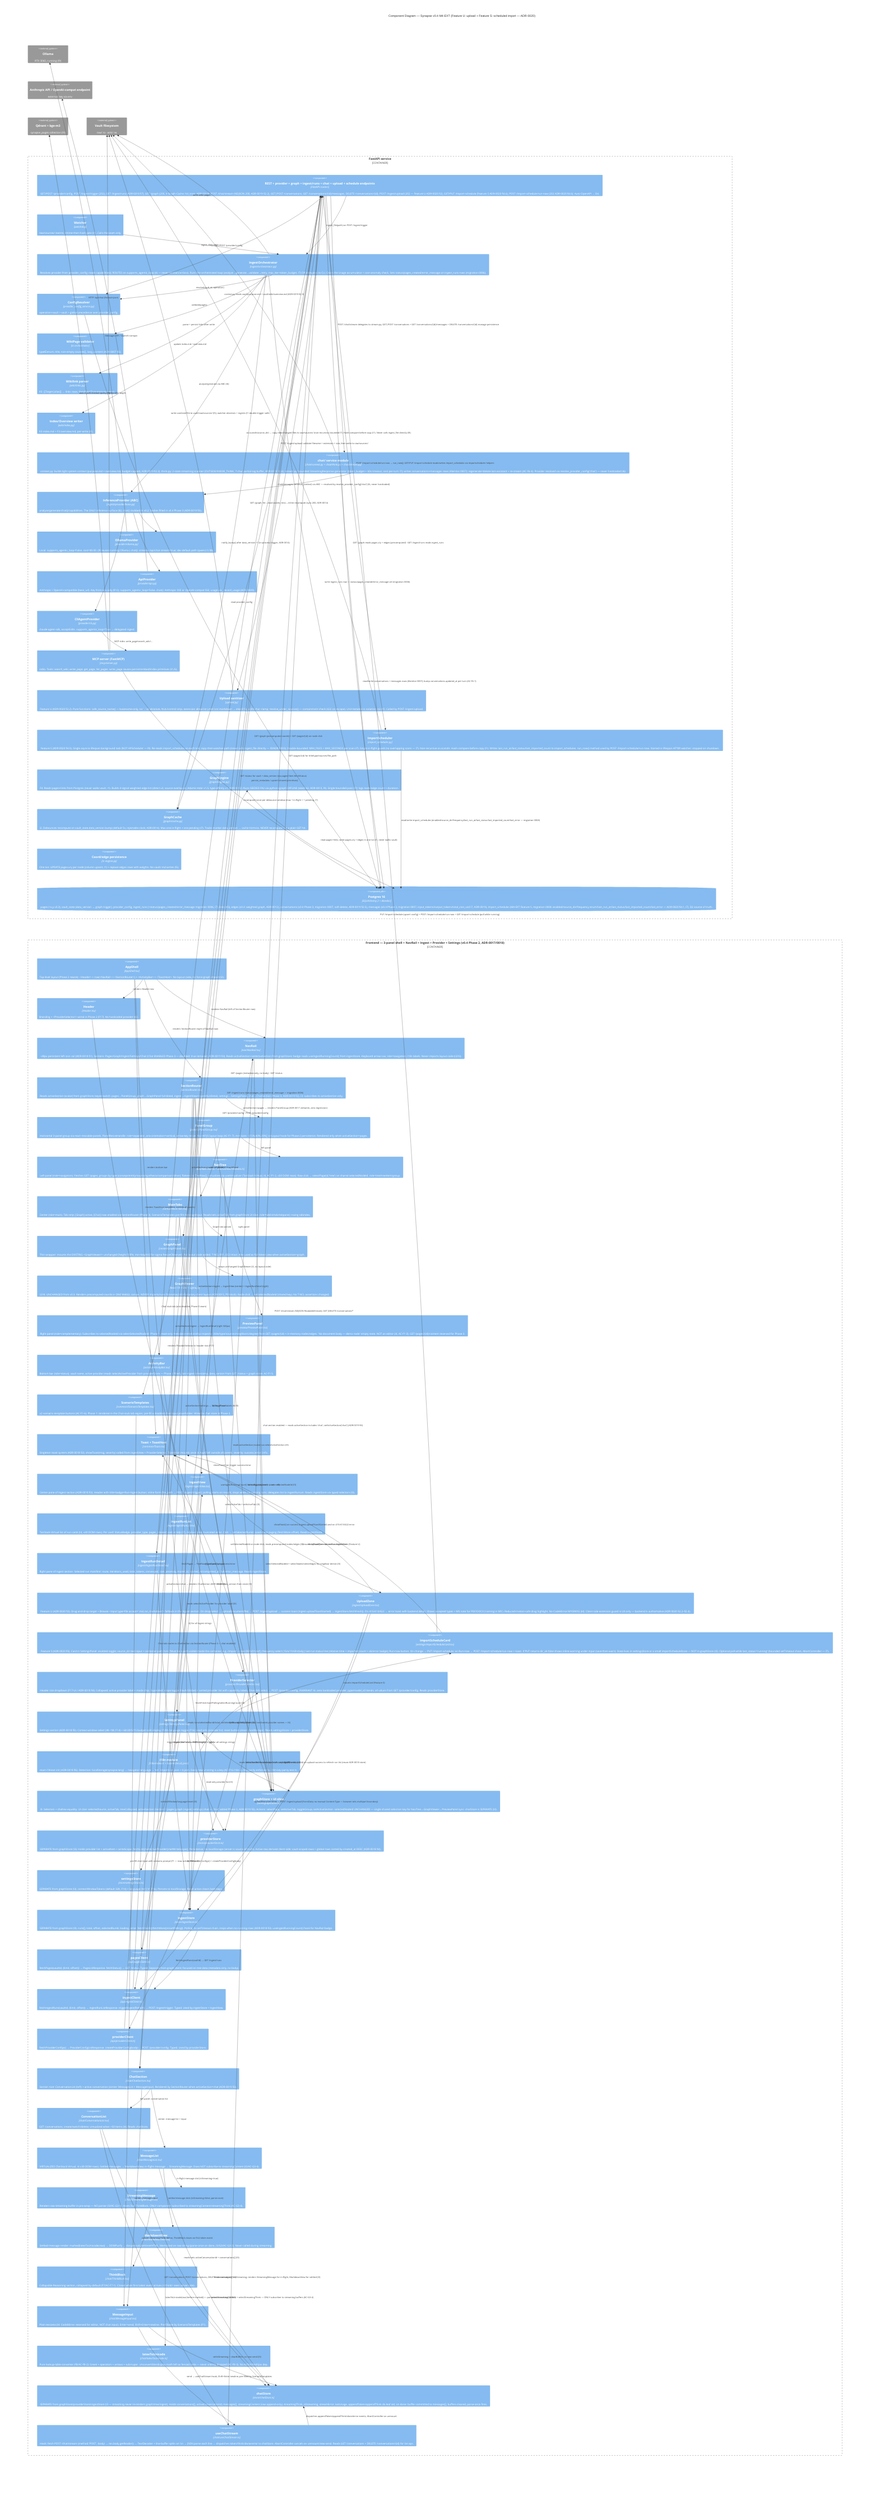
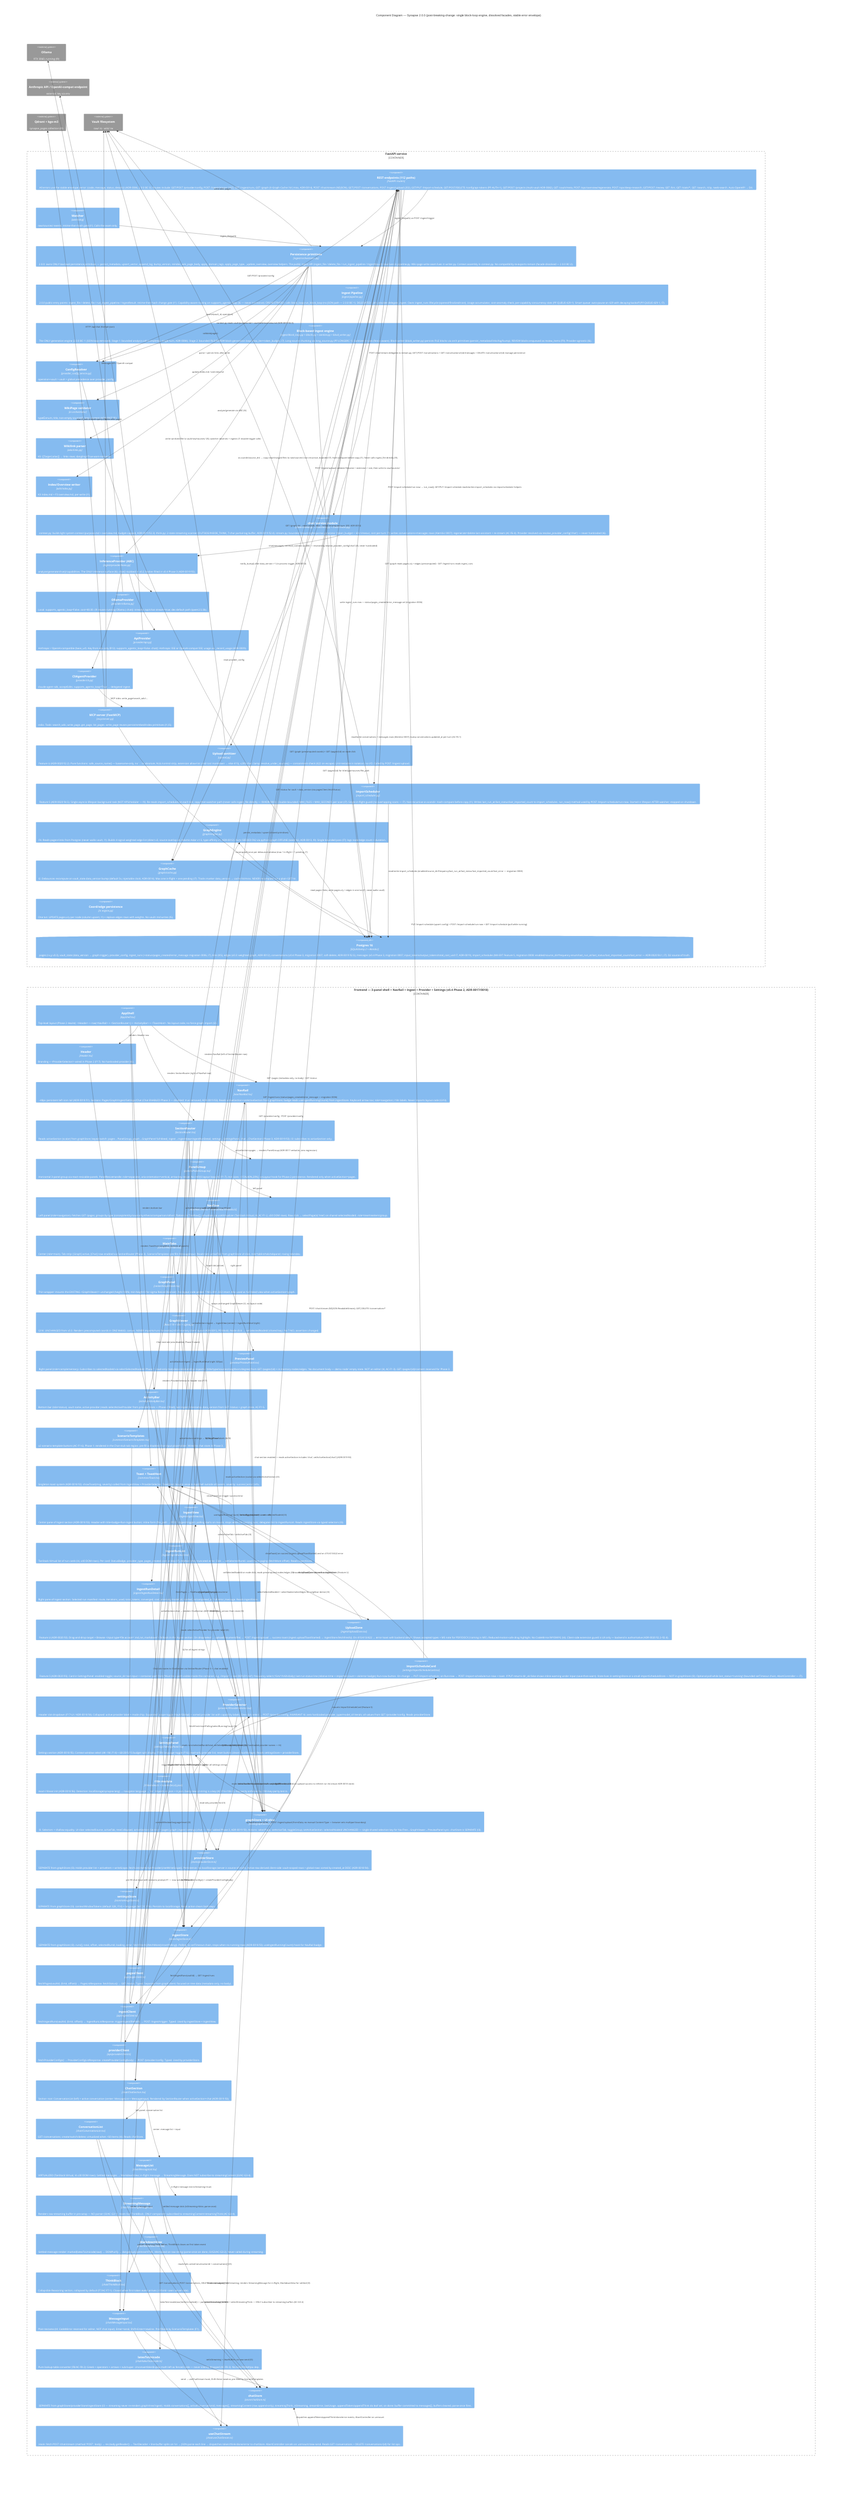
C4Component
-     %% <!-- Generated: v0.4 sprint 4 M4-EXT | 2026-06-28 -->
-     %% v0.3: F4 graph engine + I2 cache + GET /graph + thin sigma viewer (ADR-0013/14/15/16).
-     %% v0.4 Phase 1: F1 three-panel shell (ADR-0017). AppShell wraps all panels; GraphPanel
-     %% wraps the UNCHANGED GraphViewer (T-NCL-001..022 intact, I2); NavTree + PreviewPanel
-     %% share the single selectedNodeId key via graphStore UI slice (I3); all long lists
-     %% virtualized (TanStack Virtual, I4); no client-side layout code added (I2).
-     %% v0.4 Phase 2 (ADR-0018): NavRail top-level mode switcher + SectionRouter; IngestView
-     %% + IngestRunList + IngestRunDetail (GET /ingest/runs + POST /ingest/trigger);
-     %% ProviderSelector (F17-UI); SettingsPanel (F14+F16); Toast; i18n module;
-     %% providerStore + settingsStore + ingestStore (separate from graphStore — I3).
-     %% Backend: migration 0006 adds status/pages_created/error_message to ingest_runs.
-     %% v0.4 Phase 3 (ADR-0019): Chat section enabled. Backend: chat/ module (context.py +
-     %% think.py + stream.py); POST /chat/stream (NDJSON StreamingResponse); GET|POST
-     %% /conversations + GET /conversations/{id}/messages + DELETE /conversations/{id};
-     %% Alembic 0007 adds conversations+messages tables (I7 per-message cost cols). OllamaProvider
-     %% and ApiProvider chat() bodies implemented (OllamaProvider is the live dev path).
-     %% CliAgentProvider.chat() remains NotImplementedError (documented, not faked — ADR-0019 §5).
-     %% Frontend: ChatSection (SectionRouter activeSection=chat), ConversationList, MessageList
-     %% (TanStack Virtual ≤30 DOM I4), StreamingMessage (raw pre-wrap NO parser I3),
-     %% MarkdownView (parse-once on done — I3/G3), ThinkBlock (collapsed F7), MessageInput
-     %% (plain textarea I4), latexToUnicode (F8), chatStore (SEPARATE from graphStore — I3),
-     %% useChatStream hook (fetch POST /chat/stream NDJSON ReadableStream). NavRail chat item
-     %% ENABLED; Section type gains "chat"; graphStore.activeSection can now = "chat".
-     %% v0.4 M4-EXT (ADR-0020): Feature U + Feature S. Backend: POST /ingest/upload (multipart,
-     %% 202, basename-only sanitizer, text/markdown only v0.4, 413/415/422 gates — upload.py);
-     %% import_schedules table (Alembic 0008: enabled/source_dir/frequency/last_run_at/
-     %% last_status/last_imported_count/last_error); ImportScheduler (asyncio lifespan task,
-     %% NOT APScheduler — I9; single in-flight, MAX_FILES+MAX_SECONDS — I7; copy→watcher ingest
-     %% — I1/I9); GET/PUT /import-schedule + POST /import-schedule/run-now.
-     %% Frontend: UploadZone in IngestView (drag-drop + browse; 415/413/422 toasts; run-list
-     %% refresh); ImportScheduleCard in SettingsPanel (enabled toggle, source_dir container-path
-     %% input + dir_ok warning, frequency select, last-run status, Run-now button). i18n en/it
-     %% parity (ingest.upload* + settings.import.* namespaces).
-     title Component Diagram — Synapse v0.4 M4-EXT (Feature U: upload + Feature S: scheduled import — ADR-0020)
+     %% <!-- Generated: v2.0.0 docs/2.0.0-veritieri | 2026-07-17 -->
+     %% 2.0.0 BREAKING CHANGES (all three landed before this gate):
+     %%   1. Legacy JSON ingest pipeline REMOVED. The legacy loop module is deleted.
+     %%      ingest_pipeline_format config key removed. Only the block-based pipeline
+     %%      (block_loop.py) exists. The ingest-blocks.mmd sequence diagram reflects this.
+     %%   2. orchestrator.py / app.main compatibility facades DISSOLVED. orchestrator.py
+     %%      now owns ONLY persistence primitives (persist_metadata / upsert_vector /
+     %%      bump_version / append_log / reindex_wiki_page_body / apply_domain_tags /
+     %%      apply_page_type / _update_overview). The public ingest API (ingest_file /
+     %%      delete_file / run_ingest_pipeline / IngestResult) lives in pipeline.py;
+     %%      write_wiki_page lives in writer.py; context assembly in context.py.
+     %%      Importers pull from those modules directly — no re-export facade in orchestrator.py.
+     %%   3. Stable JSON error envelope (ADR-0086): ALL HTTP errors emit
+     %%      {"error": {"code": "<snake>", "message": "...", "status": <N>, "details": null}}
+     %%      via three registered FastAPI exception handlers (SynapseError / RequestValidationError /
+     %%      HTTPException). The legacy {"detail": ...} wire shape is gone. frontend providerClient
+     %%      formatDetail() helper removed.
+     %%
+     %% History carried forward from v0.4 and v0.5:
+     %%   v0.3: F4 graph engine + I2 cache + GET /graph + sigma viewer (ADR-0013/14/15/16).
+     %%   v0.4 Phase 1-3: 3-panel shell + NavRail + chat (ADR-0017/0018/0019/0020).
+     %%   v0.5+: Deep Research / Review Queue / Multi-format / Cascade Delete / MCP expansion /
+     %%          Lint parity / Web-search toggle / Multi-vault (ADR-0022..0086).
+     %%   v1.7.0-1.9.4: Block-based pipeline active as default (ADR-0076); overview regen on
+     %%          queue-drain via complete() (ADR-0078/0084); per-capability concurrency (PF-QUEUE);
+     %%          scoped API tokens + api_tokens table (PF-AUTH-1); gloss catalogue (PF-INDEX-GLOSS-1).
+     title Component Diagram — Synapse 2.0.0 (post-breaking-change: single block-loop engine, dissolved facades, stable error envelope)

    Container_Boundary(api, "FastAPI service") {
-         Component(rest, "REST + provider + graph + ingest/runs + chat + upload + schedule endpoints", "FastAPI routers", "GET/POST /provider/config, POST /ingest/trigger (202), GET /ingest/runs (ADR-0018 §7), GET /graph (200, X-Graph-Cache: hit|miss, ADR-0014), POST /chat/stream (NDJSON 200, ADR-0019 §2.2), GET|POST /conversations, GET /conversations/{id}/messages, DELETE /conversations/{id}, POST /ingest/upload (202 — Feature U ADR-0020 §2), GET/PUT /import-schedule (Feature S ADR-0020 §4.6), POST /import-schedule/run-now (202 ADR-0020 §4.6). Auto OpenAPI → D4.")
+         Component(rest, "REST endpoints (112 paths)", "FastAPI routers", "All errors use the stable envelope {error: {code, message, status, details}} (ADR-0086, 2.0.0 BC-3). Routes include: GET/POST /provider/config, POST /ingest/trigger (202), GET /ingest/runs, GET /graph (X-Graph-Cache: hit|miss, ADR-0014), POST /chat/stream (NDJSON), GET|POST /conversations, POST /ingest/upload (202), GET/PUT /import-schedule, GET/POST/DELETE /config/api-tokens (PF-AUTH-1), GET/POST /projects (multi-vault ADR-0082), GET /vault/meta, POST /ops/overview/regenerate, POST /ops/deep-research, GET/POST /review, GET /lint, GET /stats/*, GET /search, /clip, /web-search. Auto OpenAPI → D4.")
        Component(watcher, "Watcher", "watchdog", "raw/sources/ events; mtime-then-hash gate (I1). Calls the seam only.")
-         Component(orch, "IngestOrchestrator", "ingest/orchestrator.py", "Resolves provider from provider_config; reads capabilities(); ROUTES on supports_agentic_loop (I6 — never isinstance/class). Runs the orchestrated loop (analyze→generate→validate→retry, max_iter+token_budget, I7) OR delegates to CLI. Owns the Usage accumulator + cost-anomaly check. Sets status/pages_created/error_message on ingest_runs rows (migration 0006).")
+         Component(orch, "Persistence primitives", "ingest/orchestrator.py", "2.0.0: owns ONLY low-level persistence primitives — persist_metadata, upsert_vector, append_log, bump_version, reindex_wiki_page_body, apply_domain_tags, apply_page_type, _update_overview, overview helpers. The public ingest API (ingest_file / delete_file / run_ingest_pipeline / IngestResult) now lives in pipeline.py. Wiki-page write seam lives in writer.py. Context assembly in context.py. No compatibility re-exports remain (facade dissolved — 2.0.0 BC-2).")
+         Component(pipelinemod, "Ingest Pipeline", "ingest/pipeline.py", "2.0.0 public entry points: ingest_file / delete_file / run_ingest_pipeline / IngestResult. mtime-then-hash change gate (I1). Capability-aware routing on supports_agentic_loop (I6 — never isinstance). ORCHESTRATED: calls block_loop.run_block_loop (no JSON path — 2.0.0 BC-1). DELEGATED: calls provider.delegate_ingest. Owns ingest_runs lifecycle (opened/finalized/cost), Usage accumulator, cost-anomaly check, per-capability concurrency slots (PF-QUEUE-429-1). Smart queue: auto-pause on 429 with decaying backoff (PF-QUEUE-429-1, I7).")
+         Component(blockloopcomp, "Block-based ingest engine", "ingest/block_loop.py + blocks.py + sanitize.py + block_writer.py", "The ONLY generation engine (2.0.0 BC-1: JSON loop removed). Stage 1: bounded analysis call (complete(), single-turn, ADR-0084). Stage 2: bounded FILE/REVIEW block-generation loop (max_iter+token_budget, I7). Long-source chunking via long_source.py (PF-LONGSRC-1). Sanitizes 4 rules (fence-aware). Block writer (block_writer.py) persists FILE blocks via orch primitives (persist_metadata/links/log/bump). REVIEW blocks enqueued as review_items (F9). Provider-agnostic (I6).")
        Component(resolver, "ConfigResolver", "provider_config_service.py", "operation+vault > vault > global precedence over provider_config.")
        Component(validator, "WikiPage validator", "in orchestrator", "type∈enum, title, non-empty sources[], lang, content (ADR-0007 §5).")
        Component(k5, "Wikilink parser", "wiki/links.py", "K5: [[Target|alias]] → links rows; dangling=True warn-not-error.")
        Component(k3, "Index/Overview writer", "wiki/index.py", "K3 index.md + F3 overview.md, per-write (I1).")
        Component(chatmod, "chat/ service module", "chat/context.py + chat/think.py + chat/stream.py", "context.py: builds light system context (purpose.md + overview.md, budget-capped, ADR-0019 §2.3). think.py: 2-state streaming scanner (OUTSIDE/INSIDE_THINK, 7-char partial-tag buffer, ADR-0019 §2.4). stream.py: bounded StreamingResponse generator (token_budget + 60s timeout, cost per-turn I7); writes conversations+messages rows (Alembic 0007); regenerate=delete-last-assistant + re-stream (AC-F6-4). Provider resolved via resolve_provider_config('chat') — never hardcoded (I6).")
        Component(prov, "InferenceProvider (ABC)", "ingest/provider/base.py", "analyze/generate/chat()/capabilities. The ONLY inference surface (I6). chat() stubbed in v0.2; bodies filled in v0.4 Phase 3 (ADR-0019 §5).")
        Component(ollama, "OllamaProvider", "provider/ollama.py", "Local. supports_agentic_loop=False. cost=$0.00. (I9 reuses running Ollama.) chat(): streams /api/chat stream=true; dev default path (qwen2.5:3b).")
        Component(apip, "ApiProvider", "provider/api.py", "Anthropic / OpenAI-compatible (base_url). Key from env only (§12). supports_agentic_loop=False. chat(): Anthropic SSE or OpenAI-compat SSE; usage via _record_usage (ADR-0009).")
        Component(clip, "CliAgentProvider", "provider/cli.py", "claude-agent-sdk, acceptEdits. supports_agentic_loop=True → delegated ingest.")
        Component(mcp, "MCP server (FastMCP)", "mcp/server.py", "stdio. Tools: search_wiki, write_page, get_page, list_pages. write_page reuses persist/embed/index primitives (I1,I5).")
        Component(uploadsanitizer, "Upload sanitizer", "upload.py", "Feature U (ADR-0020 §2.2). Pure functions: safe_source_name() — basename-only, no '..' or absolute, NUL/control strip, extension allow-list (.md/.txt/.markdown → else 415), ≤200-char clamp; resolve_under_sources() — containment-check (422 on escape). Unit-testable in isolation; no I/O. Called by POST /ingest/upload.")
        Component(importscheduler, "ImportScheduler", "import_scheduler.py", "Feature S (ADR-0020 §4.5). Single asyncio lifespan background task (NOT APScheduler — I9). Re-reads import_schedules on each tick; copy-then-watcher path (never calls ingest_file directly — I9/ADR-0003). Double-bounded: MAX_FILES + MAX_SECONDS per scan (I7). Single in-flight guard (no overlapping scans — I7). Non-recursive os.scandir. Hash-compare before copy (I1). Writes last_run_at/last_status/last_imported_count to import_schedules. run_now() method used by POST /import-schedule/run-now. Started in lifespan AFTER watcher; stopped on shutdown.")
        Component(gengine, "GraphEngine", "graph/engine.py", "F4. Reads pages+links from Postgres (never walks vault, I1). Builds 4-signal weighted edge list (direct x3, source-overlap x4, Adamic-Adar x1.5, type-affinity x1; ADR-0012). Runs SEEDED FA2 via python-igraph OFFLINE (seed=42, ADR-0013, I9). Single bounded pass (I7); logs node/edge count + duration.")
        Component(gcache, "GraphCache", "graph/cache.py", "I2. Debounces recompute on vault_state.data_version bump (default 5s, injectable clock; ADR-0014). Max one in-flight + one pending (I7). Tracks marker data_version → cache hit/miss. NEVER recomputes on a plain GET hit.")
        Component(gpersist, "Coord/edge persistence", "in engine.py", "One txn: UPDATE pages.x/y per node (column upsert, I1) + replace edges rows with weights. No vault/.md writes (I5).")
        ComponentDb(pg, "Postgres 16", "SQLAlchemy 2 + Alembic", "pages (+x,y v0.3), vault_state (data_version → graph trigger), provider_config, ingest_runs (+status/pages_created/error_message migration 0006, I7), links (K5), edges (v0.3: weighted graph, ADR-0012), conversations (v0.4 Phase 3, migration 0007, soft-delete, ADR-0019 §2.5), messages (v0.4 Phase 3, migration 0007, input_tokens/output_tokens/total_cost_usd I7, ADR-0019), import_schedules (M4-EXT Feature S, migration 0008: enabled/source_dir/frequency enum/last_run_at/last_status/last_imported_count/last_error — ADR-0020 §4.1, I7). D2 source of truth.")
    }

    Container_Boundary(fe, "Frontend — 3-panel shell + NavRail + Ingest + Provider + Settings (v0.4 Phase 2, ADR-0017/0018)") {
        Component(appshell, "AppShell", "AppShell.tsx", "Top-level layout (Phase 2 rewire): <Header> + row(<NavRail> + <SectionRouter>) + <ActivityBar> + <ToastHost>. No layout code, no force-graph import (I2).")
        Component(header, "Header", "Header.tsx", "Branding + <ProviderSelector/> wired in Phase 2 (F17). No hardcoded provider (I6).")
        Component(navrail, "NavRail", "nav/NavRail.tsx", "~48px persistent left icon rail (ADR-0018 §1). Sections: Pages/Graph/Ingest/Settings/Chat (Chat ENABLED Phase 3 — disabled: true removed, ADR-0019 §3). Reads activeSection+setActiveSection from graphStore; badge reads useIngestRunningCount() from ingestStore. Keyboard arrow nav; role=navigation; i18n labels. Never imports layout code (I2/I3).")
        Component(sectionrouter, "SectionRouter", "SectionRouter.tsx", "Reads activeSection (scalar) from graphStore; keyed switch: pages→PanelGroup, graph→GraphPanel full-bleed, ingest→IngestView+IngestRunDetail, settings→SettingsPanel, chat→ChatSection (Phase 3, ADR-0019 §3). I3: subscribes to activeSection only.")
        Component(panelgroup, "PanelGroup", "panels/PanelGroup.tsx", "Horizontal 3-panel group via react-resizable-panels. PanelResizeHandle: role=separator, aria-orientation=vertical, arrow-key resize. No rAF/JS layout loop (AC-F1-7). min sizes ~[15%,40%,20%]; onLayout hook for Phase-2 persistence. Rendered only when activeSection=pages.")
        Component(navtree, "NavTree", "nav/NavTree.tsx + nav/useNavTreeData.ts", "Left panel (role=navigation). Fetches GET /pages; groups by type (concept/entity/source/synthesis/comparison/other); flattens to TreeRow[]; virtualizes via useVirtualizer (TanStack Virtual, I4, AC-F1-2, ≤50 DOM rows). Row click → selectPage(id,'tree') on shared selectedNodeId. role=tree/treeitem/group.")
        Component(maintabs, "MainTabs", "center/MainTabs.tsx", "Center (role=main). Tab strip: [Graph] active, [Chat] now enabled via SectionRouter (Phase 3). ScenarioTemplates pre-fills MessageInput. Reads/sets activeTab from graphStore UI slice. role=tablist/tab/tabpanel; roving tabindex.")
        Component(graphpanel, "GraphPanel", "center/GraphPanel.tsx", "Thin wrapper: mounts the EXISTING <GraphViewer/> unchanged (height:100%; min-height:0 for sigma ResizeObserver). No layout code added. T-NCL-001..022 intact. Also used as full-bleed view when activeSection=graph.")
        Component(viewer, "GraphViewer", "React 19 + Vite + sigma.js", "I2/I4. UNCHANGED from v0.3. Renders precomputed coords in ONE WebGL canvas. NEVER imports/runs forceatlas2/d3-force/any client layout (ADR-0015, P0 block). Node click → setSelectedNodeId (shared key). No T-NCL assertions changed.")
        Component(previewpanel, "PreviewPanel", "preview/PreviewPanel.tsx", "Right panel (role=complementary). Subscribes to selectedNodeId via selectSelectedNodeId. Phase 1: read-only metadata+relationship inspector (title/type/sources/neighbors/degree) from GET /pages/{id} + in-memory nodes/edges. 'No document body — demo node' empty state. NOT an editor (I4, AC-F1-3). GET /pages/{id}/content reserved for Phase 3.")
        Component(activitybar, "ActivityBar", "activity/ActivityBar.tsx", "Bottom bar (role=status). vault name, active provider (reads selectActiveProvider from providerStore — Phase 2 filled), last-ingest timestamp, data_version from GET /status + graph store. AC-F1-5.")
        Component(scenariotemplates, "ScenarioTemplates", "common/ScenarioTemplates.tsx", "≥2 scenario template buttons (AC-F1-6). Phase 1: rendered in the Chat-stub tab region; pre-fill a disabled chat-input placeholder. Wired to chat store in Phase 3.")
        Component(toast, "Toast + ToastHost", "common/Toast.tsx", "Singleton toast system (ADR-0018 §3). showToast(msg, severity) called from IngestView + ProviderSelector. ToastHost mounts once in AppShell outside all panels. severity: success|error|info.")
        Component(ingestview, "IngestView", "ingest/IngestView.tsx", "Center pane of Ingest section (ADR-0018 §3). Header with title+badge+Run-Ingest button; inline form (file_path → POST /ingest/trigger); polling starts on mount, stops when no running runs; delegates list to IngestRunList. Reads ingestStore via typed selectors (I3).")
        Component(ingestrunlist, "IngestRunList", "ingest/IngestRunList.tsx", "TanStack-Virtual list of run cards (I4, ≤40 DOM rows). Per card: StatusBadge, provider_type, pages_created, cost at 4dp (I7), relative time, truncated error. Click → setSelectedRunId. Load-more paging (fetchMore offset). Reads ingestStore.")
        Component(ingestrundetail, "IngestRunDetail", "ingest/IngestRunDetail.tsx", "Right pane of Ingest section. Selected run manifest: route, iterations_used, total_tokens, converged, cost_anomaly, model_id, started_at/completed_at, full error_message. Reads ingestStore.")
        Component(uploadzone, "UploadZone", "ingest/UploadZone.tsx", "Feature U (ADR-0020 §3). Drag-and-drop target + Browse <input type=file accept='.md,.txt,.markdown'> fallback in the Ingest section. On drop/select → uploadDocument(file) → POST /ingest/upload → success toast (ingest.uploadToastStarted) → ingestStore.fetchFresh(). On 415/413/422 → error toast with backend detail. Shows accepted types + M5 note for PDF/DOCX ('coming in M5'). Reduced-motion-safe drag highlight. No CodeMirror/WYSIWYG (I4). Client-side extension guard is UX only — backend is authoritative (ADR-0020 §2.2–§2.4).")
        Component(importschedulecard, "ImportScheduleCard", "settings/ImportScheduleCard.tsx", "Feature S (ADR-0020 §5). Card in SettingsPanel: enabled toggle; source_dir text input + container-path hint ('Must be a path visible inside the container, e.g. /import — see DEPLOY.md'); frequency select (15m/1h/6h/daily); last-run status line (relative time + imported count + ok/error badge); Run-now button. On change → PUT /import-schedule; on Run-now → POST /import-schedule/run-now + toast. If PUT returns dir_ok:false shows inline warning under input (save-then-warn). State lives in settingsStore or a small importScheduleStore — NOT in graphStore (I3). Optional poll while last_status='running' (bounded setTimeout chain, AbortController — I7).")
        Component(providerselector, "ProviderSelector", "provider/ProviderSelector.tsx", "Header slot dropdown (F17-UI / ADR-0018 §4). Collapsed: active provider label + mode chip. Expanded: scope toggle (Vault/Global) + sorted provider list with capability labels. One-click select → POST /provider/config. INVARIANT I6: zero hardcoded provider_type/model_id literals; all values from GET /provider/config. Reads providerStore.")
        Component(settingspanel, "SettingsPanel", "settings/SettingsPanel.tsx", "Settings section (ADR-0018 §5). Context window select (4K–1M, F14) + 60/20/5/15 budget split display; IT/EN language toggle (F16); read-only provider list; reset button (clears localStorage). Reads settingsStore + providerStore.")
        Component(i18nmod, "i18n module", "i18n/index.ts + locales/{en,it}.json", "react-i18next init (ADR-0018 §6). Detection: localStorage(synapse.lang) → navigator.language → 'en'. Imports en.json + it.json. Every new UI string is a key (AC-F16-i18n-2). Key parity enforced by i18n-key-parity.test.ts.")
        Component(gstore, "graphStore + UI slice", "store/graphStore.ts", "I3. Selectors + shallow equality. UI slice: selectedSource, activeTab, treeCollapsed, activeSection (Section = pages|graph|ingest|settings|chat — 'chat' added Phase 3, ADR-0019 §3). Actions: selectPage, setActiveTab, toggleGroup, setActiveSection. selectedNodeId UNCHANGED — single shared selection key for NavTree↔GraphViewer↔PreviewPanel sync. chatStore is SEPARATE (I3).")
        Component(providerstore, "providerStore", "store/providerStore.ts", "SEPARATE from graphStore (I3). Holds provider list + activeItem + writeScope. fetchList()/setActiveProvider()/setWriteScope(). Persistence: no localStorage (server is source of truth). Active row derived client-side: vault-scoped rows > global rows sorted by created_at DESC (ADR-0018 §4).")
        Component(settingsstore, "settingsStore", "store/settingsStore.ts", "SEPARATE from graphStore (I3). contextWindowTokens (default 32K, F14) + language ('en'|'it', F16). Persists to localStorage. Reset action clears both keys.")
        Component(ingeststore, "ingestStore", "store/ingestStore.ts", "SEPARATE from graphStore (I3). runs[], total, offset, selectedRunId, loading, error. fetchFresh()/fetchMore()/startPolling(). Polling: 5s setTimeout chain, stops when no running rows (ADR-0018 §3). useIngestRunningCount() hook for NavRail badge.")
        Component(pagesclient, "pagesClient", "api/pagesClient.ts", "fetchPages(vaultId, {limit, offset}) → PageListResponse. fetchStatus() → GET /status. Typed. Separate from graph client; focused on tree data (metadata only, no body).")
        Component(ingestclient, "ingestClient", "api/ingestClient.ts", "fetchIngestRuns(vaultId, {limit, offset}) → IngestRunListResponse. triggerIngest(filePath) → POST /ingest/trigger. Typed. Used by ingestStore + IngestView.")
        Component(providerclient, "providerClient", "api/providerClient.ts", "fetchProviderConfigs() → ProviderConfigListResponse. createProviderConfig(body) → POST /provider/config. Typed. Used by providerStore.")

        %% v0.4 Phase 3 — F6/F7/F8 chat components (ADR-0019)
        Component(chatsection, "ChatSection", "chat/ChatSection.tsx", "Section root: ConversationList (left) + active conversation (center: MessageList + MessageInput). Rendered by SectionRouter when activeSection=chat (ADR-0019 §3).")
        Component(convlist, "ConversationList", "chat/ConversationList.tsx", "GET /conversations; create/switch/delete; virtualized when >50 items (I4). Reads chatStore.")
        Component(msglist, "MessageList", "chat/MessageList.tsx", "VIRTUALIZED (TanStack Virtual, I4 ≤30 DOM rows). Settled messages → MarkdownView; in-flight message → StreamingMessage. Does NOT subscribe to streamingContent (I3/AC-G3-4).")
        Component(streamingmsg, "StreamingMessage", "chat/StreamingMessage.tsx", "Renders raw streaming buffer in pre-wrap — NO parser (I3/AC-G3-1). Hosts live ThinkBlock. ONLY component subscribed to streamingContent/streamingThink (AC-G3-4).")
        Component(markdownview, "MarkdownView", "chat/MarkdownView.tsx", "Settled-message render: marked(latexToUnicode(raw)) → DOMPurify → dangerouslySetInnerHTML. Memoized on raw string (parse-once on done, I3/G3/AC-G3-2). Never called during streaming.")
        Component(thinkblock, "ThinkBlock", "chat/ThinkBlock.tsx", "Collapsible Reasoning section, collapsed by default (F7/AC-F7-1). Closed when first token event arrives (</think> seen server-side).")
        Component(msginput, "MessageInput", "chat/MessageInput.tsx", "Plain textarea (I4: CodeMirror reserved for editor, NOT chat input). Enter=send, Shift+Enter=newline. Pre-fillable by ScenarioTemplates (F1).")
        Component(latex, "latexToUnicode", "chat/latexToUnicode.ts", "Pure lookup-table converter (F8/AC-F8-2): Greek + operators + arrows + sub/super. Unconvertible/display math left as fenced code — never silently dropped (AC-F8-3). No KaTeX/MathJax dep.")
        Component(chatstore, "chatStore", "store/chatStore.ts", "SEPARATE from graphStore/providerStore/ingestStore (I3 — streaming never re-renders graph/tree/ingest). Holds conversations[], activeConversationId, messages[], streamingContent (raw append-only), streamingThink, isStreaming, streamError, lastUsage. appendToken/appendThink do leaf set; on done: buffer committed to messages[], buffers cleared, parse-once fires.")
        Component(chatclient, "useChatStream", "chat/useChatStream.ts", "Hook: fetch POST /chat/stream {method:'POST', body} → res.body.getReader() → TextDecoder + line-buffer splits on \\n → JSON.parse each line → dispatches token/think/done/error to chatStore. AbortController cancels on unmount/new-send. Reads GET /conversations + DELETE /conversations/{id} for list ops.")
    }

    System_Ext(ollamasvc, "Ollama", "RTX 3060, running (I9)")
    System_Ext(anthropic, "Anthropic API / OpenAI-compat endpoint", "external; key via env")
    System_Ext(qdrant, "Qdrant + bge-m3", "synapse_pages collection (I9)")
    System_Ext(vaultfs, "Vault filesystem", "raw/ ro · wiki/ rw")

    Rel(watcher, orch, "ingest_file(path)")
    Rel(rest, orch, "ingest_file(path) on POST /ingest/trigger")
    Rel(rest, resolver, "GET/POST /provider/config")
    Rel(orch, resolver, "resolve(vault_id, operation)")
    Rel(resolver, pg, "read provider_config")
    Rel(orch, prov, "analyze/generate via ABC (I6)")
    Rel(orch, validator, "validate(pages)")
    Rel(orch, k5, "parse + persist links after write")
    Rel(orch, k3, "update index.md / overview.md")
    Rel(orch, pg, "write ingest_runs row — status/pages_created/error_message set (migration 0006)")
    Rel(prov, ollama, "")
    Rel(prov, apip, "")
    Rel(prov, clip, "")
    Rel(ollama, ollamasvc, "HTTP /api/chat (format=json)")
    Rel(apip, anthropic, "Messages API / OpenAI-compat")
    Rel(clip, mcp, "MCP stdio: write_page/search_wiki/...")
    Rel(mcp, pg, "persist_metadata / upsert (shared primitives)")
    Rel(mcp, qdrant, "search_wiki embed+query (I9)")
    Rel(orch, vaultfs, "write wiki/ pages")
    Rel(mcp, vaultfs, "write wiki/ pages")

    %% v0.3 F4 graph relations
    Rel(orch, gcache, "notify_bump() after data_version +1 (in-process trigger, ADR-0014)")
    Rel(gcache, gengine, "recompute() once per debounce window (max 1 in-flight + 1 pending, I7)")
    Rel(gengine, pg, "read pages+links; write pages.x/y + edges in one txn (I1, never walks vault)")
    Rel(rest, gcache, "GET /graph: hit→read coords; miss→inline recompute (sync 200, ADR-0014)")
    Rel(rest, pg, "GET /graph reads pages.x/y + edges (precomputed) · GET /ingest/runs reads ingest_runs")
    Rel(viewer, rest, "GET /graph (precomputed coords) + GET /pages/{id} on node click")
    Rel(viewer, gstore, "setSelectedNodeId on node click; reads precomputed nodes/edges (I3)")

    %% v0.4 Phase 1 — F1 shell relations (ADR-0017)
    Rel(appshell, header, "renders Header row")
    Rel(appshell, navrail, "renders NavRail (left of SectionRouter row)")
    Rel(appshell, sectionrouter, "renders SectionRouter (right of NavRail row)")
    Rel(appshell, activitybar, "renders bottom bar")
    Rel(appshell, toast, "renders ToastHost (singleton, outside all panels)")
    Rel(sectionrouter, panelgroup, "activeSection=pages → renders PanelGroup (ADR-0017 verbatim, zero regression)")
    Rel(sectionrouter, graphpanel, "activeSection=graph → full-bleed GraphPanel")
    Rel(sectionrouter, ingestview, "activeSection=ingest → IngestView (center) + IngestRunDetail (right)")
    Rel(sectionrouter, ingestrundetail, "activeSection=ingest → IngestRunDetail (right 320px)")
    Rel(sectionrouter, settingspanel, "activeSection=settings → SettingsPanel")
    Rel(sectionrouter, gstore, "reads activeSection (scalar) via selectActiveSection (I3)")
    Rel(panelgroup, navtree, "left panel")
    Rel(panelgroup, maintabs, "center panel")
    Rel(panelgroup, previewpanel, "right panel")
    Rel(maintabs, graphpanel, "Graph tab (active)")
    Rel(maintabs, scenariotemplates, "Chat stub tab (aria-disabled, Phase-3 seam)")
    Rel(graphpanel, viewer, "wraps unchanged GraphViewer (I2, no layout code)")
    Rel(navtree, pagesclient, "fetchPages → TreeRow[] grouped by type")
    Rel(pagesclient, rest, "GET /pages (metadata only, no body) · GET /status")
    Rel(navtree, gstore, "selectPage(id,'tree') → sets selectedNodeId (I3)")
    Rel(previewpanel, gstore, "selectSelectedNodeId + selectNodes/selectEdges for neighbor derive (I3)")
    Rel(previewpanel, rest, "GET /pages/{id} for title/type/sources/file_path")
    Rel(activitybar, rest, "GET /status for vault + data_version (via pagesClient.fetchStatus)")
    Rel(activitybar, gstore, "reads data_version from store (I3)")
    Rel(activitybar, providerstore, "reads selectActiveProvider for provider label (I3)")
    Rel(maintabs, gstore, "selectActiveTab / setActiveTab (I3)")

    %% v0.4 Phase 2 — ADR-0018 relations
    Rel(navrail, gstore, "reads activeSection + setActiveSection (I3); badge from ingestStore")
    Rel(navrail, ingeststore, "useIngestRunningCount() for badge (separate store — I3)")
    Rel(header, providerselector, "renders ProviderSelector in header slot (F17)")
    Rel(providerselector, providerstore, "reads list/activeItem/writeScope; calls setActiveProvider (I3)")
    Rel(providerselector, providerclient, "fetchProviderConfigs() + createProviderConfig(body)")
    Rel(providerclient, rest, "GET /provider/config · POST /provider/config")
    Rel(providerselector, toast, "showToast() on success/error")
    Rel(ingestview, ingeststore, "fetchFresh/startPolling/selectRunningCount (I3)")
    Rel(ingestview, ingestclient, "triggerIngest(filePath) → POST /ingest/trigger")
    Rel(ingestview, toast, "showToast() on trigger success/error")
    Rel(ingestrunlist, ingeststore, "reads runs/selectedRunId/total; setSelectedRunId; fetchMore (I3)")
    Rel(ingestrundetail, ingeststore, "reads runs + selectedRunId (I3)")
    Rel(ingeststore, ingestclient, "fetchIngestRuns(vaultId) → GET /ingest/runs")
    Rel(ingestclient, rest, "GET /ingest/runs (status/pages_created/error_message — migration 0006)")
    Rel(settingspanel, settingsstore, "contextWindow/language/reset (I3)")
    Rel(settingspanel, providerstore, "read-only provider list (I3)")
    Rel(settingspanel, gstore, "selectVaultId for provider fetch scoping (I3)")
    Rel(i18nmod, navrail, "t() for all nav labels (I6/I3)")
    Rel(i18nmod, ingestview, "t() for all ingest strings")
    Rel(i18nmod, providerselector, "t() for capability labels (no hardcoded provider names — I6)")
    Rel(i18nmod, settingspanel, "t() for all settings strings")

    %% v0.4 Phase 3 — backend chat relations (ADR-0019)
    Rel(rest, chatmod, "POST /chat/stream delegates to stream.py; GET|POST /conversations + GET /conversations/{id}/messages + DELETE /conversations/{id} manage persistence")
    Rel(chatmod, prov, "chat(messages, retrieval_context) via ABC — resolved by resolve_provider_config('chat') (I6, never hardcoded)")
    Rel(chatmod, pg, "read/write conversations + messages rows (Alembic 0007); bump conversations.updated_at per turn (AC-F6-1)")
    Rel(chatmod, vaultfs, "context.py reads vault/purpose.md + vault/wiki/overview.md (ADR-0019 §2.3)")

    %% v0.4 Phase 3 — frontend chat relations (ADR-0019)
    Rel(navrail, gstore, "chat section enabled — reads activeSection includes 'chat'; setActiveSection('chat') (ADR-0019 §3)")
    Rel(sectionrouter, chatsection, "activeSection=chat → renders ChatSection (ADR-0019 §3)")
    Rel(chatsection, convlist, "left panel: conversation list")
    Rel(chatsection, msglist, "center: message list + input")
    Rel(chatsection, msginput, "center: message input")
    Rel(convlist, chatclient, "GET /conversations, POST /conversations, DELETE /conversations/{id}")
    Rel(convlist, chatstore, "reads/sets activeConversationId + conversations[] (I3)")
    Rel(msglist, chatstore, "reads messages[] + isStreaming; renders StreamingMessage for in-flight, MarkdownView for settled (I3)")
    Rel(msglist, streamingmsg, "in-flight message slot (isStreaming=true)")
    Rel(msglist, markdownview, "settled message slots (isStreaming=false, parse-once)")
    Rel(streamingmsg, chatstore, "selectStreamingContent + selectStreamingThink — ONLY subscriber to streaming buffers (AC-G3-4)")
    Rel(streamingmsg, thinkblock, "passes streamingThink deltas; ThinkBlock closes on first token event")
    Rel(markdownview, latex, "latexToUnicode(raw) before marked() — parse-once on done (I3/G3)")
    Rel(msginput, chatclient, "send → useChatStream hook; Shift+Enter newline; pre-filled by ScenarioTemplates")
    Rel(msginput, chatstore, "setIsStreaming + clearBuffers on new send (I3)")
    Rel(chatclient, rest, "POST /chat/stream (NDJSON ReadableStream); GET|DELETE /conversations*")
    Rel(chatclient, chatstore, "dispatches appendToken/appendThink/done/error events; AbortController on unmount")
    Rel(scenariotemplates, msginput, "pre-fill chat input with scenario prompt (F1 — now active, Phase 3)")
    Rel(maintabs, chatsection, "Chat tab routes to ChatSection via SectionRouter (Phase 3 — chat enabled)")

    %% v0.4 M4-EXT — Feature U + Feature S relations (ADR-0020)
    Rel(rest, uploadsanitizer, "POST /ingest/upload: validate filename + extension + size, then write to raw/sources/")
    Rel(uploadsanitizer, vaultfs, "write sanitized file to vault/raw/sources/ (I5); watcher observes + ingests (I1 double-trigger safe)")
    Rel(rest, importscheduler, "POST /import-schedule/run-now → run_now(); GET/PUT /import-schedule reads/writes import_schedules via importscheduler helpers")
    Rel(importscheduler, pg, "read/write import_schedules (enabled/source_dir/frequency/last_run_at/last_status/last_imported_count/last_error — migration 0008)")
    Rel(importscheduler, vaultfs, "os.scandir(source_dir) → copy new/changed files to raw/sources/ (non-recursive, bounded I7). Hash-compare before copy (I1). Never calls ingest_file directly (I9).")
    %% ImportScheduler copies to raw/sources/; watcher observes the write event and calls ingest_file() via the normal path (I1/I9 — the scheduler never calls ingest_file directly)

    Rel(ingestview, uploadzone, "mounts UploadZone above Run-Ingest form (Feature U)")
    Rel(uploadzone, ingestclient, "uploadDocument(file) → POST /ingest/upload (FormData; no manual Content-Type — browser sets multipart boundary)")
    Rel(uploadzone, ingeststore, "fetchFresh(vaultId) on upload success to refresh run list (reuse ADR-0018 store)")
    Rel(uploadzone, toast, "showToast() on success (ingest.uploadToastStarted) and on 415/413/422 error")

    Rel(settingspanel, importschedulecard, "mounts ImportScheduleCard (Feature S)")
    Rel(importschedulecard, rest, "PUT /import-schedule (upsert config) + POST /import-schedule/run-now + GET /import-schedule (poll while running)")
    Rel(importschedulecard, toast, "showToast() on run-now success/error")

    UpdateLayoutConfig($c4ShapeInRow="3", $c4BoundaryInRow="1")
